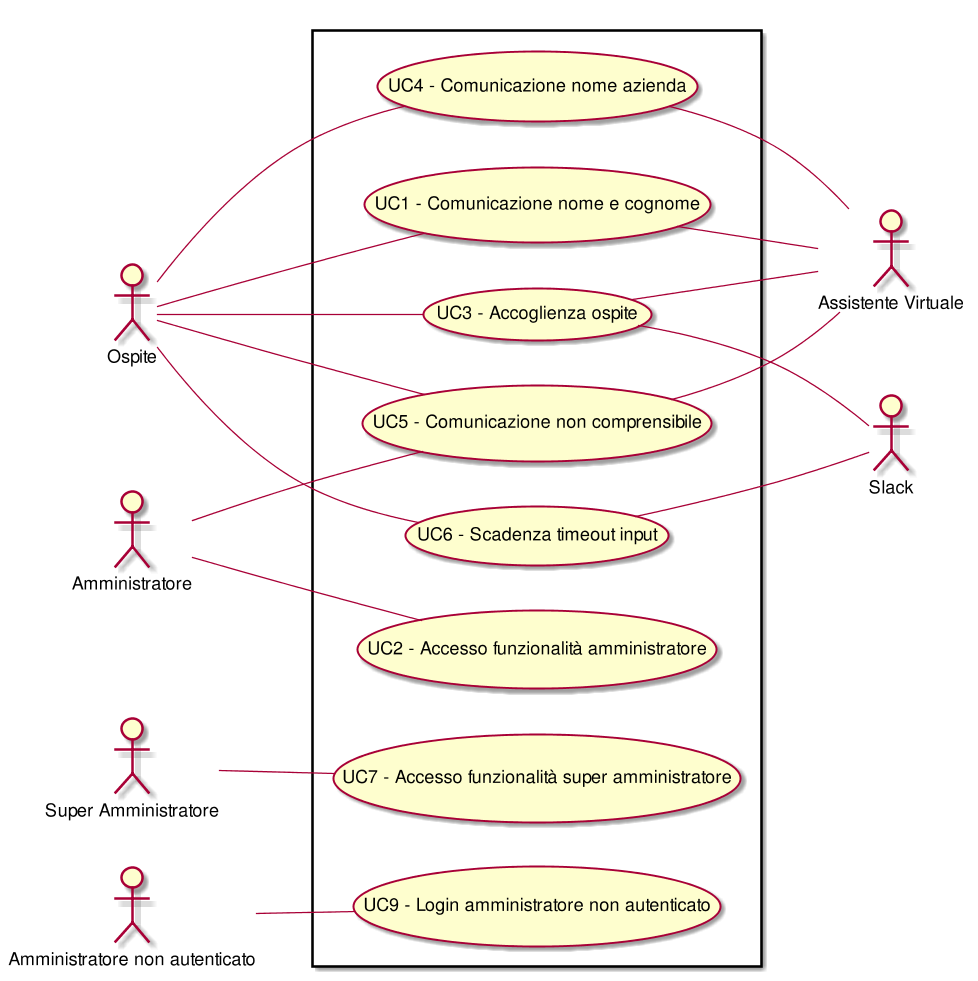
Before: RR/Esterni/AnalisiDeiRequisiti/images/UseCase.png, a diagram exported from PlantUML (CoCodeSWE/Docs).
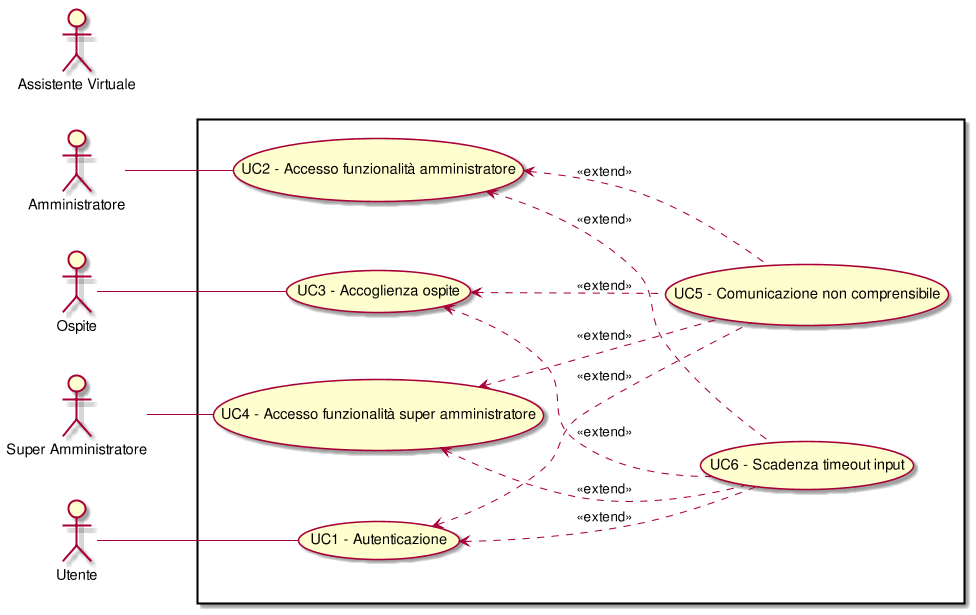
Above is the later version.

What changed in the source:
```diff
@@ -2,42 +2,29 @@
 scale 1000*1000
 left to right direction
 skinparam packageStyle rect
+:Amministratore:
 :Ospite:
 :Assistente Virtuale:
-:Amministratore:
-:Slack:
 :Super Amministratore:
-:Amministratore non autenticato:
+:Utente:
 rectangle {
-( UC1 - Comunicazione nome e cognome ) as (UC1)
-:Ospite:--(UC1)
-( UC1 - Comunicazione nome e cognome ) as (UC1)
-(UC1)--:Assistente Virtuale:
+(UC1) <.. (UC5): <<extend>>
+(UC2) <.. (UC5): <<extend>>
+(UC3) <.. (UC5): <<extend>>
+(UC4) <.. (UC5): <<extend>>
+(UC1) <.. (UC6): <<extend>>
+(UC2) <.. (UC6): <<extend>>
+(UC3) <.. (UC6): <<extend>>
+(UC4) <.. (UC6): <<extend>>
+( UC1 - Autenticazione ) as (UC1)
+:Utente:--(UC1)
 ( UC2 - Accesso funzionalità amministratore ) as (UC2)
 :Amministratore:--(UC2)
 ( UC3 - Accoglienza ospite ) as (UC3)
 :Ospite:--(UC3)
-( UC3 - Accoglienza ospite ) as (UC3)
-(UC3)--:Slack:
-( UC3 - Accoglienza ospite ) as (UC3)
-(UC3)--:Assistente Virtuale:
-( UC4 - Comunicazione nome azienda ) as (UC4)
-:Ospite:--(UC4)
-( UC4 - Comunicazione nome azienda ) as (UC4)
-(UC4)--:Assistente Virtuale:
+( UC4 - Accesso funzionalità super amministratore ) as (UC4)
+:Super Amministratore:--(UC4)
 ( UC5 - Comunicazione non comprensibile ) as (UC5)
-:Ospite:--(UC5)
-( UC5 - Comunicazione non comprensibile ) as (UC5)
-:Amministratore:--(UC5)
-( UC5 - Comunicazione non comprensibile ) as (UC5)
-(UC5)--:Assistente Virtuale:
 ( UC6 - Scadenza timeout input ) as (UC6)
-:Ospite:--(UC6)
-( UC6 - Scadenza timeout input ) as (UC6)
-(UC6)--:Slack:
-( UC7 - Accesso funzionalità super amministratore ) as (UC7)
-:Super Amministratore:--(UC7)
-( UC9 - Login amministratore non autenticato ) as (UC9)
-:Amministratore non autenticato:--(UC9)
 }
 @enduml
```
